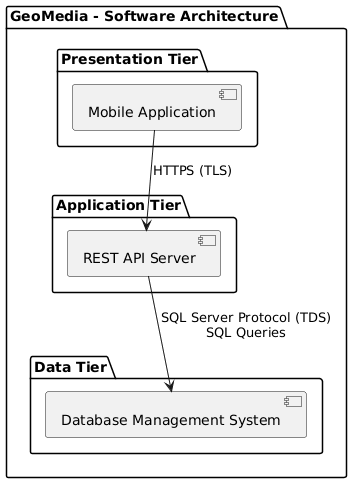
Earlier version of the PlantUML export images/UML_Architecture.png (albertomorini/UNIPD_CS_MasterThesis). Its diagram source:
```plantuml
@startuml
top to bottom direction

package "GeoMedia - Software Architecture" {

    package "Presentation Tier" {
        [Mobile Application]
    }

    package "Application Tier" {
        [REST API Server]
    }

    package "Data Tier" {
        [Database Management System]
    }

    [Mobile Application] -[hidden]down-> [REST API Server]
    [REST API Server] -[hidden]down-> [Database Management System]

    [Mobile Application] --> [REST API Server] : HTTPS (TLS)
    [REST API Server] --> [Database Management System] : SQL Server Protocol (TDS)\nSQL Queries
}
@enduml
```
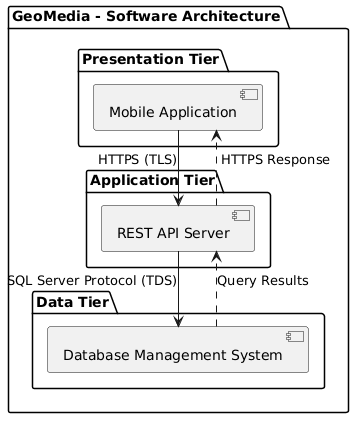
Above is the later version.

Diff of the diagram source:
```diff
@@ -1,5 +1,8 @@
 @startuml
 top to bottom direction
+
+skinparam linetype ortho
+
 
 package "GeoMedia - Software Architecture" {
 
@@ -19,6 +22,9 @@
     [REST API Server] -[hidden]down-> [Database Management System]
 
     [Mobile Application] --> [REST API Server] : HTTPS (TLS)
-    [REST API Server] --> [Database Management System] : SQL Server Protocol (TDS)\nSQL Queries
+    [REST API Server] --> [Database Management System] : SQL Server Protocol (TDS)
+
+    [Database Management System] ..> [REST API Server] : \nQuery Results
+    [REST API Server] ..> [Mobile Application] : \n HTTPS Response
 }
 @enduml
```
